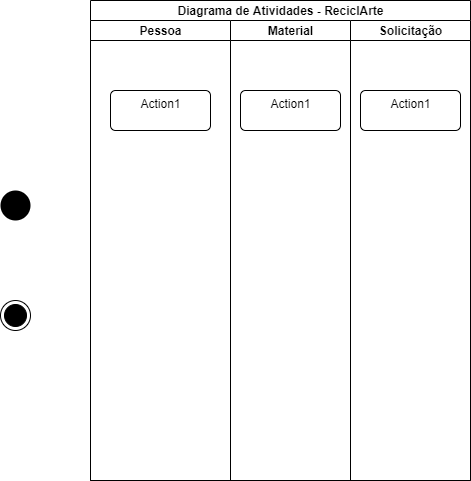
This is diagramaatividades.png from leitoraincomum/engsofII, a draw.io export, as it was before one commit. Source tidied: cells renumbered, new cells last; positions are measured from the earlier drawing's top-left corner, leaving out a move shared by most shapes.
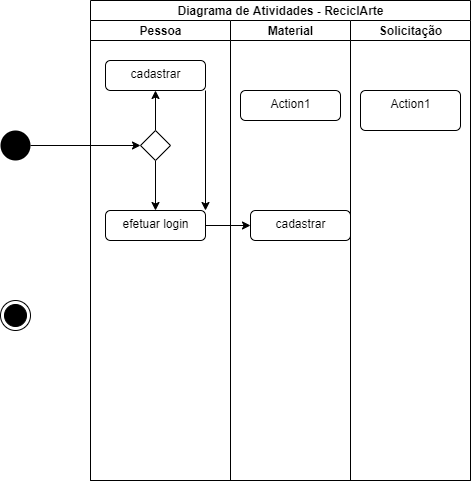
Above is the later version.

Diff of the diagram source:
```diff
@@ -8,23 +8,47 @@
     <mxCell id="3" value="Pessoa" style="swimlane;html=1;startSize=20;" parent="2" vertex="1">
       <mxGeometry y="20" width="140" height="460" as="geometry" />
     </mxCell>
-    <mxCell id="4" value="Action1" style="html=1;align=center;verticalAlign=top;rounded=1;absoluteArcSize=1;arcSize=10;dashed=0;" parent="3" vertex="1">
-      <mxGeometry x="20" y="70" width="100" height="40" as="geometry" />
+    <mxCell id="4" value="efetuar login" style="html=1;align=center;verticalAlign=top;rounded=1;absoluteArcSize=1;arcSize=10;dashed=0;" parent="3" vertex="1">
+      <mxGeometry x="15" y="190" width="100" height="30" as="geometry" />
     </mxCell>
+    <mxCell id="11" style="edgeStyle=orthogonalEdgeStyle;rounded=0;jettySize=auto;html=1;exitX=0.5;exitY=1;exitDx=0;exitDy=0;" parent="3" edge="1" source="13" target="4">
+      <mxGeometry relative="1" as="geometry" />
+    </mxCell>
+    <mxCell id="12" style="edgeStyle=orthogonalEdgeStyle;rounded=0;jettySize=auto;html=1;exitX=0.5;exitY=0;exitDx=0;exitDy=0;entryX=0.5;entryY=1;entryDx=0;entryDy=0;" parent="3" edge="1" source="13" target="15">
+      <mxGeometry relative="1" as="geometry" />
+    </mxCell>
+    <mxCell id="13" style="rhombus;" parent="3" vertex="1">
+      <mxGeometry x="50" y="110" width="30" height="30" as="geometry" />
+    </mxCell>
+    <mxCell id="14" style="edgeStyle=orthogonalEdgeStyle;rounded=0;jettySize=auto;html=1;exitX=1;exitY=1;exitDx=0;exitDy=0;entryX=1;entryY=0;entryDx=0;entryDy=0;" parent="3" edge="1" source="15" target="4">
+      <mxGeometry relative="1" as="geometry" />
+    </mxCell>
+    <mxCell id="15" value="cadastrar" style="html=1;align=center;verticalAlign=top;rounded=1;absoluteArcSize=1;arcSize=10;dashed=0;" parent="3" vertex="1">
+      <mxGeometry x="15" y="40" width="100" height="30" as="geometry" />
+    </mxCell>
     <mxCell id="5" value="Material" style="swimlane;html=1;startSize=20;" parent="2" vertex="1">
       <mxGeometry x="140" y="20" width="120" height="460" as="geometry" />
     </mxCell>
     <mxCell id="6" value="Action1" style="html=1;align=center;verticalAlign=top;rounded=1;absoluteArcSize=1;arcSize=10;dashed=0;" parent="5" vertex="1">
-      <mxGeometry x="10" y="70" width="100" height="40" as="geometry" />
+      <mxGeometry x="10" y="70" width="100" height="30" as="geometry" />
     </mxCell>
+    <mxCell id="16" value="cadastrar" style="html=1;align=center;verticalAlign=top;rounded=1;absoluteArcSize=1;arcSize=10;dashed=0;" parent="5" vertex="1">
+      <mxGeometry x="20" y="190" width="100" height="30" as="geometry" />
+    </mxCell>
     <mxCell id="7" value="Solicitação" style="swimlane;html=1;startSize=20;" parent="2" vertex="1">
       <mxGeometry x="260" y="20" width="120" height="460" as="geometry" />
     </mxCell>
     <mxCell id="8" value="Action1" style="html=1;align=center;verticalAlign=top;rounded=1;absoluteArcSize=1;arcSize=10;dashed=0;" parent="7" vertex="1">
       <mxGeometry x="10" y="70" width="100" height="40" as="geometry" />
     </mxCell>
+    <mxCell id="17" style="edgeStyle=orthogonalEdgeStyle;rounded=0;jettySize=auto;html=1;exitX=1;exitY=0.5;exitDx=0;exitDy=0;entryX=0;entryY=0.5;entryDx=0;entryDy=0;" parent="2" edge="1" source="4" target="16">
+      <mxGeometry relative="1" as="geometry" />
+    </mxCell>
+    <mxCell id="18" style="edgeStyle=orthogonalEdgeStyle;rounded=0;jettySize=auto;html=1;entryX=0;entryY=0.5;entryDx=0;entryDy=0;" parent="1" edge="1" source="9" target="13">
+      <mxGeometry relative="1" as="geometry" />
+    </mxCell>
     <mxCell id="9" style="ellipse;fillColor=#000000;strokeColor=none;" parent="1" vertex="1">
-      <mxGeometry y="190" width="30" height="30" as="geometry" />
+      <mxGeometry y="130" width="30" height="30" as="geometry" />
     </mxCell>
     <mxCell id="10" style="ellipse;html=1;shape=endState;fillColor=#000000;strokeColor=#000000;" parent="1" vertex="1">
       <mxGeometry y="300" width="30" height="30" as="geometry" />
```
